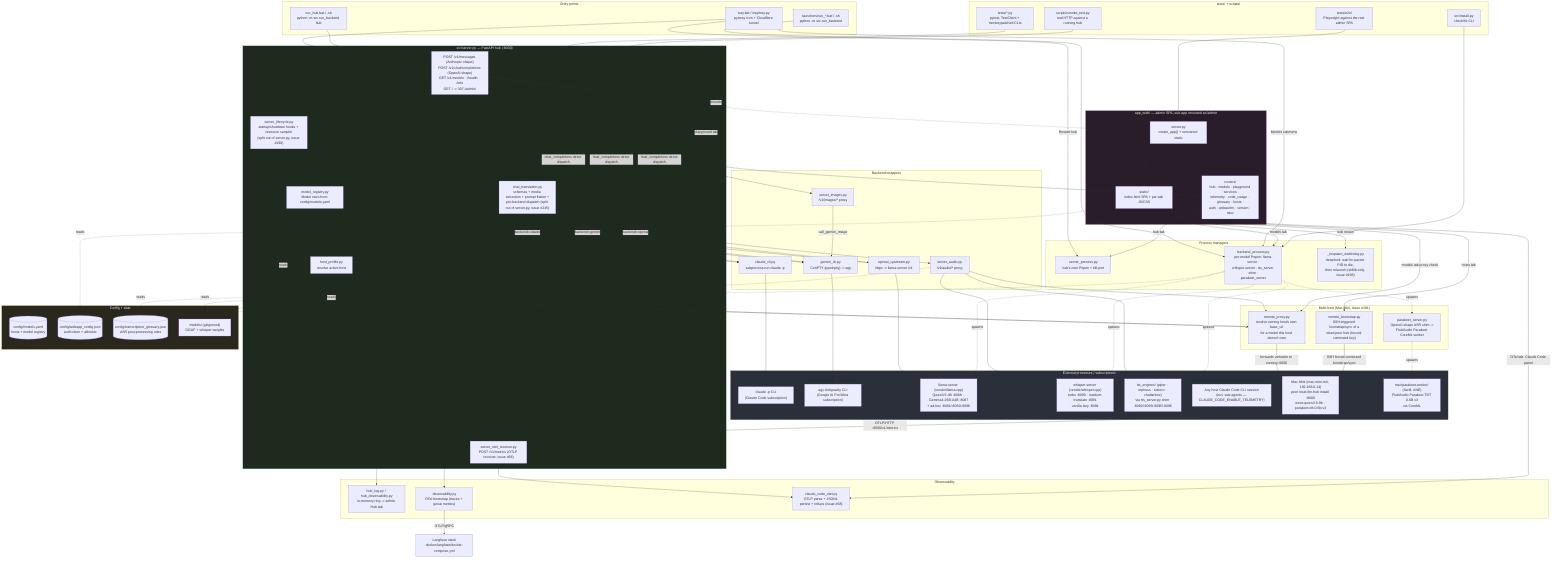
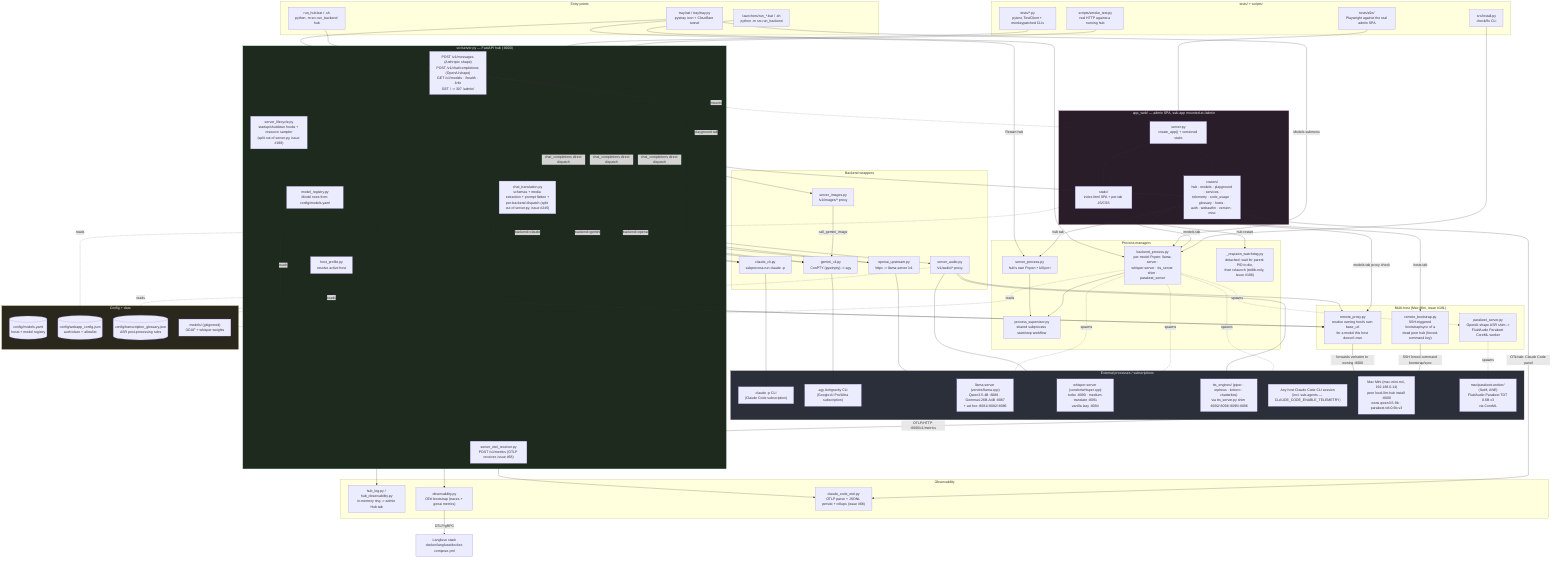
%% docs/architecture.mmd — local-llm-hub's own internal structure.
%% Hand-authored, not generated — companion to the fleet-wide convention in
%% ferraroroberto/fleet-config#256 (see that repo's own docs/architecture.mmd
%% for the reference dogfood). This is deliberately smaller than
%% docs/project-structure.md's three detailed diagrams (component/module/
%% sequence) — it's the one-glance map; project-structure.md stays the deep
%% reference. Update this diagram in the same PR as any material structural
%% change (a backend added/removed, a router moved, a process manager
%% relocated) — same anti-staleness contract as this repo's own `.fleet.toml`
%% `description` field.

flowchart TB
  subgraph entry["Entry points"]
    TRAY["tray.bat / tray/tray.py\npystray icon + Cloudflare tunnel"]
    RUNHUB["run_hub.bat / .sh\npython -m src.run_backend hub"]
    RUNMODEL["launchers/run_*.bat / .sh\npython -m src.run_backend <model_id>"]
  end

  subgraph core["src/server.py — FastAPI hub (:8000)"]
    SRV["POST /v1/messages (Anthropic shape)\nPOST /v1/chat/completions (OpenAI shape)\nGET /v1/models · /health · /info\nGET / -> 307 /admin/"]
    CHATT["chat_translation.py\nschemas + media extraction + prompt flatten +\nper-backend dispatch (split out of server.py, issue #245)"]
    LIFECYCLE["server_lifecycle.py\nstartup/shutdown hooks + resource sampler\n(split out of server.py, issue #198)"]
    REG["model_registry.py\nModel rows from config/models.yaml"]
    HOSTP["host_profile.py\nresolve active host"]
    OTELRECV["server_otel_receiver.py\nPOST /v1/metrics (OTLP receiver, issue #68)"]
  end
  TRAY --> SRV
  RUNHUB --> SRV
  SRV --> CHATT
  SRV --> LIFECYCLE
  SRV --> REG
  REG --> HOSTP

  subgraph routing["Backend wrappers"]
    CLAUDECLI["claude_cli.py\nsubprocess.run claude -p"]
    GEMINICLI["gemini_cli.py\nConPTY (pywinpty) -> agy"]
    OAIUP["openai_upstream.py\nhttpx -> llama-server /v1"]
    AUDIOR["server_audio.py\n/v1/audio/* proxy"]
    IMAGESR["server_images.py\n/v1/images/* proxy"]
  end
  CHATT -->|backend=claude| CLAUDECLI
  CHATT -->|backend=gemini| GEMINICLI
  CHATT -->|backend=openai| OAIUP
  SRV -->|chat_completions direct dispatch| CLAUDECLI
  SRV -->|chat_completions direct dispatch| GEMINICLI
  SRV -->|chat_completions direct dispatch| OAIUP
  SRV --> AUDIOR
  SRV --> IMAGESR
  SRV --> OTELRECV
  IMAGESR -->|call_gemini_image| GEMINICLI

  subgraph multihost["Multi-host (Mac Mini, issue #181)"]
    REMOTEPROXY["remote_proxy.py\nresolve owning host's own base_url\nfor a model this host doesn't own"]
    REMOTEBOOT["remote_bootstrap.py\nSSH-triggered bootstrap/sync of a\ndead peer hub (forced-command key)"]
    PARAKEETSRV["parakeet_server.py\nOpenAI-shape ASR shim ->\nFluidAudio Parakeet CoreML worker"]
  end
  CHATT --> REMOTEPROXY
  SRV --> REMOTEPROXY
  AUDIOR --> REMOTEPROXY
  WROUT -->|models tab proxy check| REMOTEPROXY
  WROUT -->|hosts tab| REMOTEBOOT

  subgraph procmgr["Process managers"]
+     SUPERVISOR["process_supervisor.py\nshared subprocess start/stop workflow"]
    SERVPROC["server_process.py\nhub's own Popen + kill-port"]
    BACKPROC["backend_process.py\nper-model Popen: llama-server ·\nwhisper-server · tts_server shim ·\nparakeet_server"]
    WATCHDOG["_respawn_watchdog.py\ndetached: wait for parent PID to die,\nthen relaunch (stdlib-only, issue #198)"]
  end
  RUNMODEL --> BACKPROC
  TRAY -->|Models submenu| BACKPROC
  TRAY -->|Restart hub| SERVPROC
+   SERVPROC --> SUPERVISOR
+   BACKPROC --> SUPERVISOR
  BACKPROC -.spawns.-> PARAKEETSRV

  subgraph ext["External processes / subscriptions"]
    CLAUDEBIN["claude -p CLI\n(Claude Code subscription)"]
    AGYBIN["agy Antigravity CLI\n(Google AI Pro/Ultra subscription)"]
    LLAMA["llama-server (vendor/llama.cpp)\nQwen3.5-4B :8088 · Gemma4-26B-A4B :8087\n+ ad-hoc :8081/:8082/:8086"]
    WHISPER["whisper-server (vendor/whisper.cpp)\nturbo :8090 · medium-translate :8091\nvanilla lazy :8094"]
    TTS["tts_engines/ (piper · orpheus · kokoro · chatterbox)\nvia tts_server.py shim :8092/:8093/:8095/:8096"]
    CCHOST["Any host Claude Code CLI session\n(incl. sub-agents — CLAUDE_CODE_ENABLE_TELEMETRY)"]
    MACMINI["Mac Mini (mac-mini-m4, 192.168.0.14)\npeer local-llm-hub install :8000\nowns qwen3.5-9b · parakeet-tdt-0.6b-v3"]
    PARAKEETWORKER["mac/parakeet-worker/ (Swift, ANE)\nFluidAudio Parakeet TDT 0.6B v3\nvia CoreML"]
  end
  CLAUDECLI --> CLAUDEBIN
  GEMINICLI --> AGYBIN
  OAIUP --> LLAMA
  AUDIOR --> WHISPER
  AUDIOR --> TTS
  BACKPROC -.spawns.-> LLAMA
  BACKPROC -.spawns.-> WHISPER
  BACKPROC -.spawns.-> TTS
  CCHOST -->|OTLP/HTTP :8000/v1/metrics| OTELRECV
  REMOTEPROXY -->|forwards verbatim to owning :8000| MACMINI
  REMOTEBOOT -->|SSH forced-command bootstrap/sync| MACMINI
  PARAKEETSRV -.spawns.-> PARAKEETWORKER

  subgraph admin["app_web/ — admin SPA, sub-app mounted at /admin"]
    WSRV["server.py\ncreate_app() + versioned static"]
    WROUT["routers/\nhub · models · playground · services ·\ntelemetry · code_usage · glossary · hosts ·\nauth · webauthn · version · misc"]
    WSTATIC["static/\nindex.html SPA + per-tab JS/CSS"]
  end
  SRV -.mounts.-> WSRV
  WSRV --> WROUT
  WSRV --> WSTATIC
  WROUT -->|hub tab| SERVPROC
  WROUT -->|hub restart| WATCHDOG
  WROUT -->|models tab| BACKPROC
  WROUT -->|playground tab| SRV

  subgraph obs["Observability"]
    HUBLOG["hub_log.py / hub_observability.py\nin-memory ring -> admin Hub tab"]
    OTEL["observability.py\nOTel bootstrap (traces + genai metrics)"]
    CCOTEL["claude_code_otel.py\nOTLP parse + JSONL persist + rollups (issue #68)"]
  end
  SRV --> HUBLOG
  SRV --> OTEL
  OTEL -->|OTLP/gRPC| LANGFUSE["Langfuse stack\ndocker/langfuse/docker-compose.yml"]
  OTELRECV --> CCOTEL
  WROUT -->|OTel tab: Claude Code panel| CCOTEL

  subgraph cfg["Config + data"]
    MODELSYAML[("config/models.yaml\nhosts + model registry")]
    WEBCFG[("config/webapp_config.json\nauth token + allowlist")]
    GLOSSARY[("config/transcription_glossary.json\nASR post-processing rules")]
    MODELSDIR["models/ (gitignored)\nGGUF + whisper weights"]
  end
  REG -.reads.-> MODELSYAML
  HOSTP -.reads.-> MODELSYAML
  WSRV -.reads.-> WEBCFG
  AUDIOR -.reads.-> GLOSSARY
  BACKPROC -.reads.-> MODELSDIR

  subgraph tests["tests/ + scripts/"]
    UNITTESTS["tests/*.py\npytest, TestClient + monkeypatched CLIs"]
    E2E["tests/e2e/\nPlaywright against the real admin SPA"]
    SMOKE["scripts/smoke_test.py\nreal HTTP against a running hub"]
    INSTALL["src/install.py\ncheck/fix CLI"]
  end
  UNITTESTS --> SRV
  E2E --> WSRV
  SMOKE --> SRV
  INSTALL --> BACKPROC

  classDef ext fill:#2a2f3a,stroke:#555,color:#eee
  classDef hub fill:#1d2a1d,stroke:#4a7,color:#eee
  classDef ui fill:#2a1d2a,stroke:#a47,color:#eee
  classDef cfgnode fill:#2a281d,stroke:#a94,color:#eee
  class ext ext
  class core hub
  class admin ui
  class cfg cfgnode
